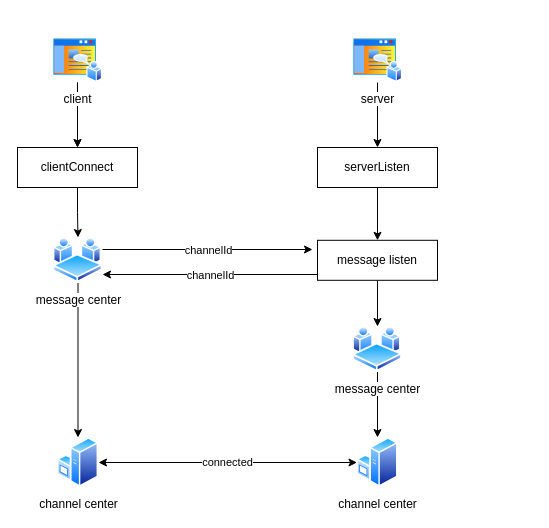
wangxinyugithub/diagrams-project keeps this draw.io diagram as 未命名绘图.drawio. Above is the earlier version. Source tidied: cells renumbered, new cells numbered last; positions are measured from the earlier drawing's top-left corner, leaving out a move shared by most shapes. Both pictures are drawn from the tidied source at 100%, with x=0, y=0 at pixel (17, 37).
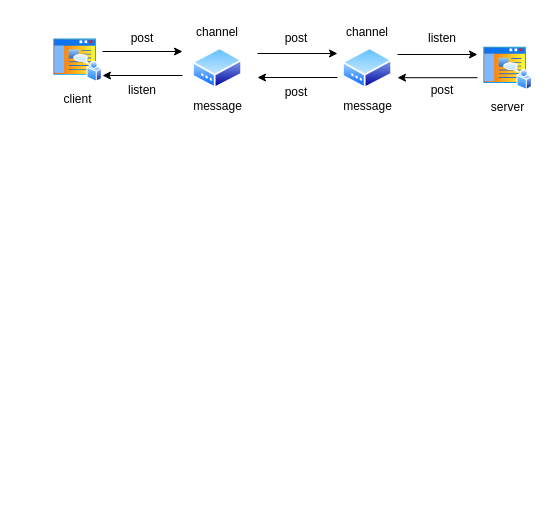
After the change.

Unchanged cells that the change refers to:
```xml
<mxCell id="4" value="client" style="perimeter=ellipsePerimeter;html=1;align=center;shadow=0;dashed=0;spacingTop=3;image;image=img/lib/active_directory/home_page.svg;" parent="1" vertex="1">
  <mxGeometry x="35" width="50" height="45" as="geometry" />
</mxCell>
```

What changed in the source:
```diff
@@
-    <mxCell id="2" style="edgeStyle=orthogonalEdgeStyle;rounded=0;jettySize=auto;html=1;entryX=0.5;entryY=0;entryDx=0;entryDy=0;" parent="1" edge="1" source="4" target="8">
-      <mxGeometry relative="1" as="geometry" />
-    </mxCell>
-    <mxCell id="3" style="edgeStyle=orthogonalEdgeStyle;rounded=0;jettySize=auto;html=1;" parent="1" edge="1" source="4" target="8">
-      <mxGeometry relative="1" as="geometry" />
-    </mxCell>
@@
-    <mxCell id="5" style="edgeStyle=orthogonalEdgeStyle;rounded=0;jettySize=auto;html=1;entryX=0.5;entryY=0;entryDx=0;entryDy=0;" parent="1" edge="1" source="6" target="10">
-      <mxGeometry relative="1" as="geometry" />
-    </mxCell>
     <mxCell id="6" value="server" style="perimeter=ellipsePerimeter;html=1;align=center;shadow=0;dashed=0;spacingTop=3;image;image=img/lib/active_directory/home_page.svg;" parent="1" vertex="1">
-      <mxGeometry x="335" width="50" height="45" as="geometry" />
+      <mxGeometry x="465" y="8.2" width="50" height="45" as="geometry" />
     </mxCell>
-    <mxCell id="7" style="edgeStyle=orthogonalEdgeStyle;rounded=0;jettySize=auto;html=1;exitX=0.5;exitY=1;exitDx=0;exitDy=0;" parent="1" edge="1" source="8" target="12">
-      <mxGeometry relative="1" as="geometry" />
-    </mxCell>
-    <mxCell id="8" value="clientConnect" style="rounded=0;whiteSpace=wrap;html=1;" parent="1" vertex="1">
-      <mxGeometry y="110" width="120" height="40" as="geometry" />
-    </mxCell>
-    <mxCell id="9" style="edgeStyle=orthogonalEdgeStyle;rounded=0;jettySize=auto;html=1;" parent="1" edge="1" source="10" target="18">
-      <mxGeometry relative="1" as="geometry" />
-    </mxCell>
-    <mxCell id="10" value="serverListen" style="rounded=0;whiteSpace=wrap;html=1;" parent="1" vertex="1">
-      <mxGeometry x="300" y="110" width="120" height="40" as="geometry" />
-    </mxCell>
-    <mxCell id="11" style="edgeStyle=orthogonalEdgeStyle;rounded=0;jettySize=auto;html=1;" parent="1" edge="1" source="12" target="13">
-      <mxGeometry relative="1" as="geometry" />
-    </mxCell>
-    <mxCell id="12" value="message center" style="perimeter=ellipsePerimeter;html=1;align=center;shadow=0;dashed=0;spacingTop=3;image;image=img/lib/active_directory/meeting.svg;" parent="1" vertex="1">
-      <mxGeometry x="35.5" y="200" width="50" height="45.5" as="geometry" />
-    </mxCell>
-    <mxCell id="13" value="channel center" style="perimeter=ellipsePerimeter;html=1;align=center;shadow=0;dashed=0;spacingTop=3;image;image=img/lib/active_directory/windows_server.svg;" parent="1" vertex="1">
-      <mxGeometry x="40" y="400" width="41" height="50" as="geometry" />
-    </mxCell>
-    <mxCell id="14" style="edgeStyle=orthogonalEdgeStyle;rounded=0;jettySize=auto;html=1;" parent="1" edge="1" source="15" target="16">
-      <mxGeometry relative="1" as="geometry" />
-    </mxCell>
-    <mxCell id="15" value="message center" style="perimeter=ellipsePerimeter;html=1;align=center;shadow=0;dashed=0;spacingTop=3;image;image=img/lib/active_directory/meeting.svg;" parent="1" vertex="1">
-      <mxGeometry x="335" y="289" width="50" height="45.5" as="geometry" />
-    </mxCell>
-    <mxCell id="16" value="channel center" style="perimeter=ellipsePerimeter;html=1;align=center;shadow=0;dashed=0;spacingTop=3;image;image=img/lib/active_directory/windows_server.svg;" parent="1" vertex="1">
-      <mxGeometry x="339.5" y="400" width="41" height="50" as="geometry" />
-    </mxCell>
-    <mxCell id="17" style="edgeStyle=orthogonalEdgeStyle;rounded=0;jettySize=auto;html=1;" parent="1" edge="1" source="18" target="15">
-      <mxGeometry relative="1" as="geometry" />
-    </mxCell>
-    <mxCell id="18" value="message listen" style="rounded=0;whiteSpace=wrap;html=1;" parent="1" vertex="1">
-      <mxGeometry x="300" y="202.8" width="120" height="40" as="geometry" />
-    </mxCell>
-    <mxCell id="19" style="endArrow=classic;html=1;rounded=0;" parent="1" edge="1">
-      <mxGeometry relative="1" as="geometry">
-        <mxPoint x="85" y="212" as="sourcePoint" />
-        <mxPoint x="295" y="212" as="targetPoint" />
-      </mxGeometry>
-    </mxCell>
-    <mxCell id="20" value="channelId" style="edgeLabel;html=1;align=center;verticalAlign=middle;" parent="19" vertex="1">
-      <mxGeometry relative="1" as="geometry" />
-    </mxCell>
-    <mxCell id="21" style="endArrow=classic;html=1;rounded=0;" parent="1" edge="1">
-      <mxGeometry relative="1" as="geometry">
-        <mxPoint x="300" y="237" as="sourcePoint" />
-        <mxPoint x="85" y="237" as="targetPoint" />
-      </mxGeometry>
-    </mxCell>
-    <mxCell id="22" value="channelId" style="edgeLabel;html=1;align=center;verticalAlign=middle;" parent="21" vertex="1">
-      <mxGeometry relative="1" as="geometry" />
-    </mxCell>
-    <mxCell id="23" style="endArrow=classic;startArrow=classic;html=1;rounded=0;entryX=0;entryY=0.5;entryDx=0;entryDy=0;exitX=1;exitY=0.5;exitDx=0;exitDy=0;" parent="1" edge="1" source="13" target="16">
-      <mxGeometry relative="1" as="geometry" />
-    </mxCell>
-    <mxCell id="24" value="connected" style="edgeLabel;html=1;align=center;verticalAlign=middle;" parent="23" vertex="1">
-      <mxGeometry x="-0.01" y="1" relative="1" as="geometry" />
-    </mxCell>
+    <mxCell id="25" value="message" style="perimeter=ellipsePerimeter;html=1;align=center;shadow=0;dashed=0;spacingTop=3;image;image=img/lib/active_directory/modem.svg;" parent="1" vertex="1">
+      <mxGeometry x="175" y="10" width="50" height="41.5" as="geometry" />
+    </mxCell>
+    <mxCell id="26" value="message" style="perimeter=ellipsePerimeter;html=1;align=center;shadow=0;dashed=0;spacingTop=3;image;image=img/lib/active_directory/modem.svg;" parent="1" vertex="1">
+      <mxGeometry x="325" y="10" width="50" height="41.5" as="geometry" />
+    </mxCell>
+    <mxCell id="27" value="channel" style="text;html=1;strokeColor=none;fillColor=none;align=center;verticalAlign=middle;whiteSpace=wrap;rounded=0;" parent="1" vertex="1">
+      <mxGeometry x="170" y="-20" width="60" height="30" as="geometry" />
+    </mxCell>
+    <mxCell id="28" value="channel" style="text;html=1;strokeColor=none;fillColor=none;align=center;verticalAlign=middle;whiteSpace=wrap;rounded=0;" parent="1" vertex="1">
+      <mxGeometry x="320" y="-20" width="60" height="30" as="geometry" />
+    </mxCell>
+    <mxCell id="29" style="endArrow=classic;html=1;rounded=0;" parent="1" edge="1">
+      <mxGeometry relative="1" as="geometry">
+        <mxPoint x="85" y="14" as="sourcePoint" />
+        <mxPoint x="165" y="14" as="targetPoint" />
+      </mxGeometry>
+    </mxCell>
+    <mxCell id="30" style="endArrow=classic;html=1;rounded=0;" parent="1" edge="1">
+      <mxGeometry relative="1" as="geometry">
+        <mxPoint x="240" y="16" as="sourcePoint" />
+        <mxPoint x="320" y="16" as="targetPoint" />
+      </mxGeometry>
+    </mxCell>
+    <mxCell id="31" style="endArrow=classic;html=1;rounded=0;" parent="1" edge="1">
+      <mxGeometry relative="1" as="geometry">
+        <mxPoint x="380" y="17" as="sourcePoint" />
+        <mxPoint x="460" y="17" as="targetPoint" />
+      </mxGeometry>
+    </mxCell>
+    <mxCell id="32" style="endArrow=classic;html=1;rounded=0;" parent="1" edge="1">
+      <mxGeometry relative="1" as="geometry">
+        <mxPoint x="460" y="40.2" as="sourcePoint" />
+        <mxPoint x="380" y="40.2" as="targetPoint" />
+      </mxGeometry>
+    </mxCell>
+    <mxCell id="33" style="endArrow=classic;html=1;rounded=0;" parent="1" edge="1">
+      <mxGeometry relative="1" as="geometry">
+        <mxPoint x="320" y="40" as="sourcePoint" />
+        <mxPoint x="240" y="40" as="targetPoint" />
+      </mxGeometry>
+    </mxCell>
+    <mxCell id="34" style="endArrow=classic;html=1;rounded=0;" parent="1" edge="1">
+      <mxGeometry relative="1" as="geometry">
+        <mxPoint x="165" y="38" as="sourcePoint" />
+        <mxPoint x="85" y="38" as="targetPoint" />
+      </mxGeometry>
+    </mxCell>
+    <mxCell id="35" value="post" style="text;html=1;strokeColor=none;fillColor=none;align=center;verticalAlign=middle;whiteSpace=wrap;rounded=0;" parent="1" vertex="1">
+      <mxGeometry x="95" y="-14" width="60" height="30" as="geometry" />
+    </mxCell>
+    <mxCell id="36" value="post" style="text;html=1;strokeColor=none;fillColor=none;align=center;verticalAlign=middle;whiteSpace=wrap;rounded=0;" parent="1" vertex="1">
+      <mxGeometry x="249" y="-14" width="60" height="30" as="geometry" />
+    </mxCell>
+    <mxCell id="37" value="listen" style="text;html=1;strokeColor=none;fillColor=none;align=center;verticalAlign=middle;whiteSpace=wrap;rounded=0;" parent="1" vertex="1">
+      <mxGeometry x="395" y="-14" width="60" height="30" as="geometry" />
+    </mxCell>
+    <mxCell id="38" value="listen" style="text;html=1;strokeColor=none;fillColor=none;align=center;verticalAlign=middle;whiteSpace=wrap;rounded=0;" parent="1" vertex="1">
+      <mxGeometry x="95" y="38" width="60" height="30" as="geometry" />
+    </mxCell>
+    <mxCell id="39" value="post" style="text;html=1;strokeColor=none;fillColor=none;align=center;verticalAlign=middle;whiteSpace=wrap;rounded=0;" parent="1" vertex="1">
+      <mxGeometry x="248.5" y="40" width="60" height="30" as="geometry" />
+    </mxCell>
+    <mxCell id="40" value="post" style="text;html=1;strokeColor=none;fillColor=none;align=center;verticalAlign=middle;whiteSpace=wrap;rounded=0;" parent="1" vertex="1">
+      <mxGeometry x="395" y="38" width="60" height="30" as="geometry" />
+    </mxCell>
```
